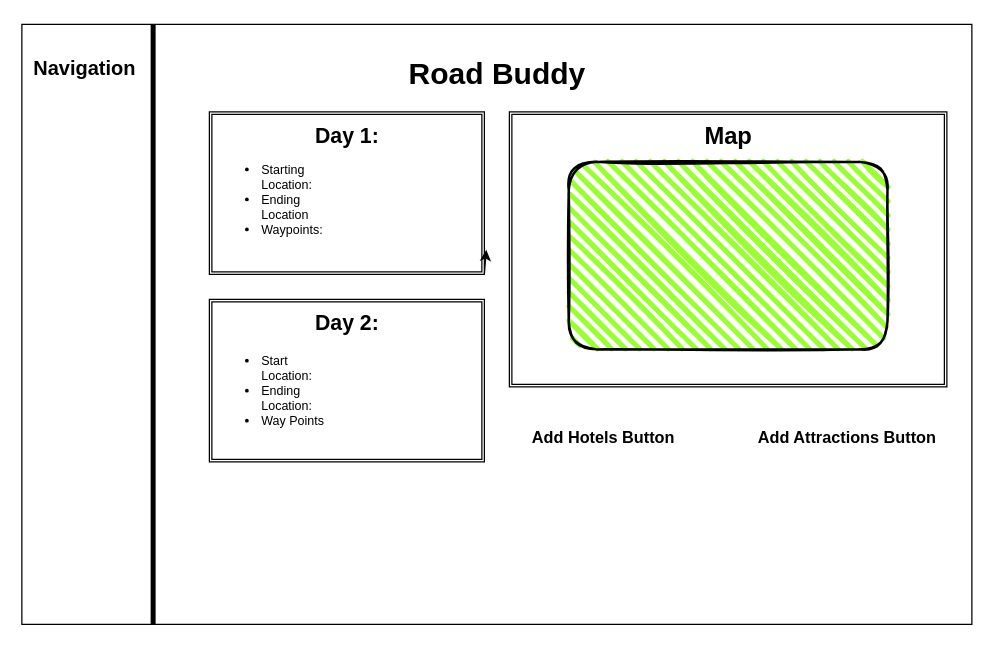
This is Main.drawio from ChristenWeston/RoadBuddy, a draw.io file, before an edit. Source tidied: cells renumbered, new cells numbered last; positions are measured from the earlier drawing's top-left corner, leaving out a move shared by most shapes. Both pictures are drawn from the tidied source at 125%, with x=0, y=0 at pixel (21, 24).
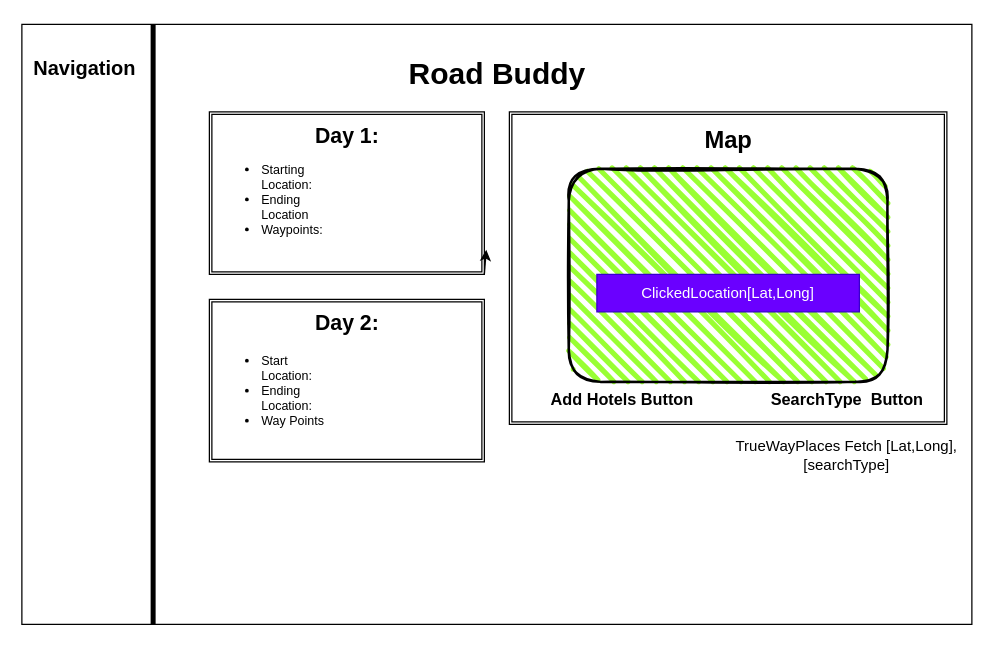
Above is the later version.

Change to the diagram source:
```diff
@@
     <mxCell id="4" style="group;" parent="1" vertex="1">
-      <mxGeometry x="390" y="70" width="350" height="220" as="geometry" />
+      <mxGeometry x="390" y="70" width="350" height="250" as="geometry" />
     </mxCell>
     <mxCell id="5" style="shape=ext;double=1;rounded=0;whiteSpace=wrap;html=1;" parent="4" vertex="1">
-      <mxGeometry width="350" height="220" as="geometry" />
+      <mxGeometry width="350" height="250" as="geometry" />
     </mxCell>
     <mxCell id="6" style="rounded=1;whiteSpace=wrap;html=1;strokeWidth=2;fillWeight=4;hachureGap=8;hachureAngle=45;fillColor=#99FF33;sketch=1;" parent="4" vertex="1">
-      <mxGeometry x="47.5" y="40" width="255" height="150" as="geometry" />
+      <mxGeometry x="47.5" y="45.5" width="255" height="170.5" as="geometry" />
     </mxCell>
     <mxCell id="7" value="Map" style="text;strokeColor=none;fillColor=none;html=1;fontSize=19;fontStyle=1;verticalAlign=middle;align=center;" parent="4" vertex="1">
-      <mxGeometry x="125" width="100" height="40" as="geometry" />
+      <mxGeometry x="125" width="100" height="45.5" as="geometry" />
     </mxCell>
-    <mxCell id="8" value="Add Attractions Button" style="text;strokeColor=none;fillColor=none;html=1;fontSize=13;fontStyle=1;verticalAlign=middle;align=center;" parent="1" vertex="1">
-      <mxGeometry x="610" y="310" width="100" height="40" as="geometry" />
+    <mxCell id="8" value="SearchType&amp;nbsp; Button" style="text;strokeColor=none;fillColor=none;html=1;fontSize=13;fontStyle=1;verticalAlign=middle;align=center;" parent="4" vertex="1">
+      <mxGeometry x="220" y="210" width="100" height="40" as="geometry" />
     </mxCell>
+    <mxCell id="19" value="Add Hotels Button" style="text;strokeColor=none;fillColor=none;html=1;fontSize=13;fontStyle=1;verticalAlign=middle;align=center;" parent="4" vertex="1">
+      <mxGeometry x="40" y="210" width="100" height="40" as="geometry" />
+    </mxCell>
+    <mxCell id="20" value="ClickedLocation[Lat,Long]" style="text;html=1;strokeColor=#3700CC;fillColor=#6a00ff;align=center;verticalAlign=middle;whiteSpace=wrap;rounded=0;fontColor=#ffffff;" parent="4" vertex="1">
+      <mxGeometry x="70" y="130" width="210" height="30" as="geometry" />
+    </mxCell>
@@
-    <mxCell id="19" value="Add Hotels Button" style="text;strokeColor=none;fillColor=none;html=1;fontSize=13;fontStyle=1;verticalAlign=middle;align=center;" parent="1" vertex="1">
-      <mxGeometry x="415" y="310" width="100" height="40" as="geometry" />
-    </mxCell>
+    <mxCell id="21" value="TrueWayPlaces Fetch [Lat,Long], [searchType]" style="text;html=1;strokeColor=none;fillColor=none;align=center;verticalAlign=middle;whiteSpace=wrap;rounded=0;" parent="1" vertex="1">
+      <mxGeometry x="560" y="330" width="200" height="30" as="geometry" />
+    </mxCell>
```
